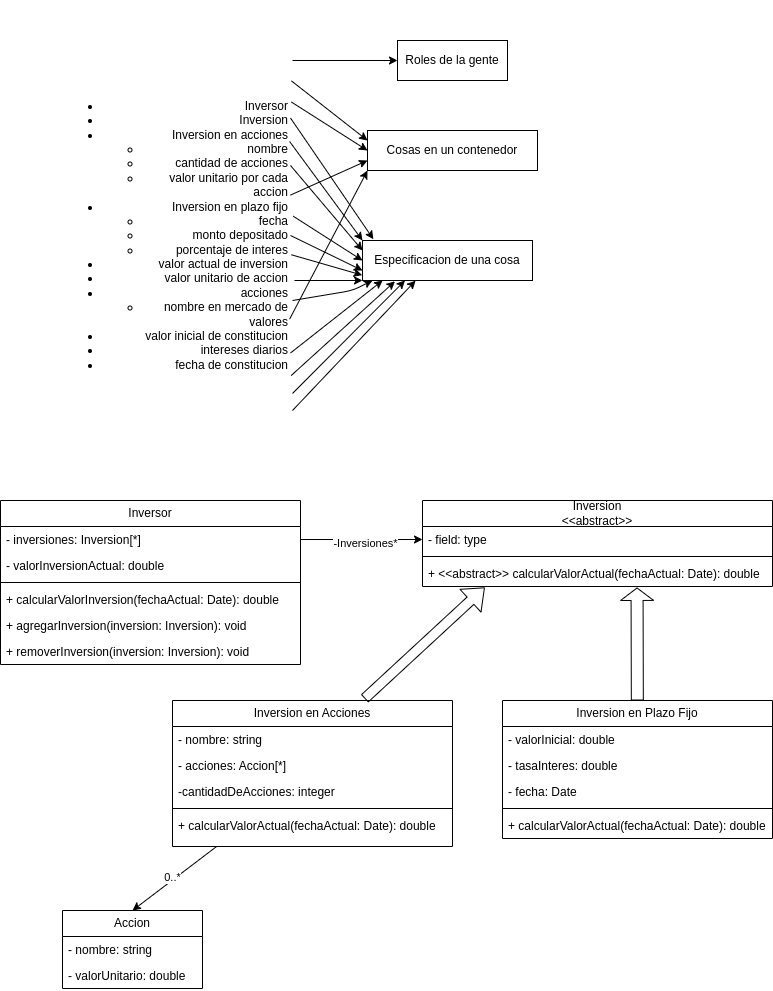
The draw.io diagram oo1/practica_1/ejercicio5/modelo_de_dominio.drawio.png in Agustin-Mediotti/unlp, before a commit. Source tidied: cells renumbered, new cells last; positions are measured from the earlier drawing's top-left corner, leaving out a move shared by most shapes.
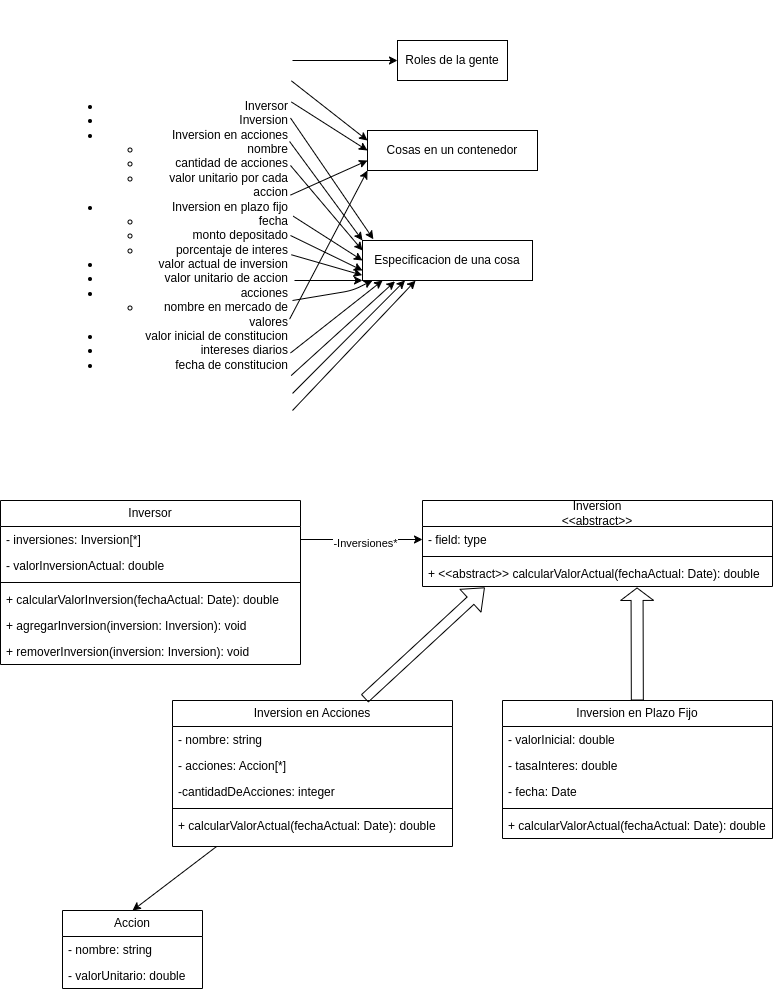
After the change.

The edit, as a diff of the source:
```diff
@@ -89,11 +89,6 @@
     <mxCell id="28" style="edgeStyle=none;html=1;entryX=0.5;entryY=0;entryDx=0;entryDy=0;" parent="1" edge="1" source="30" target="42">
       <mxGeometry relative="1" as="geometry" />
     </mxCell>
-    <mxCell id="29" value="0..*" style="edgeLabel;html=1;align=center;verticalAlign=middle;" parent="28" vertex="1">
-      <mxGeometry x="0.03" y="-2" relative="1" as="geometry">
-        <mxPoint y="-1" as="offset" />
-      </mxGeometry>
-    </mxCell>
     <mxCell id="30" value="Inversion en Acciones" style="swimlane;fontStyle=0;horizontal=1;startSize=26;fillColor=none;whiteSpace=wrap;html=1;" parent="1" vertex="1">
       <mxGeometry x="172" y="700" width="280" height="146" as="geometry" />
     </mxCell>
```
